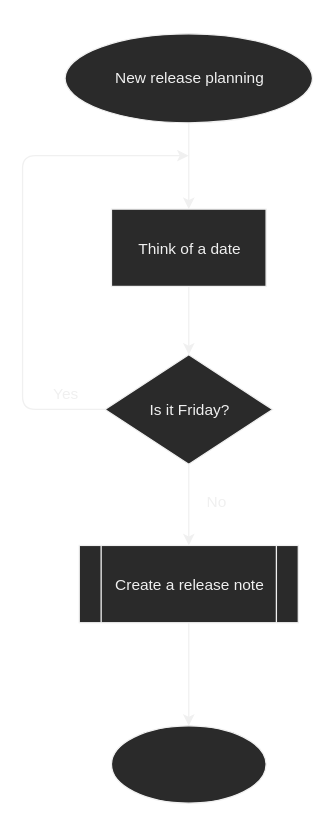
Above: Reference project/Documents/Planning/New release diagram.svg in priest103/kb-obsidian-template (draw.io), before the change. Source tidied: cells renumbered, new cells last; positions are measured from the earlier drawing's top-left corner, leaving out a move shared by most shapes.
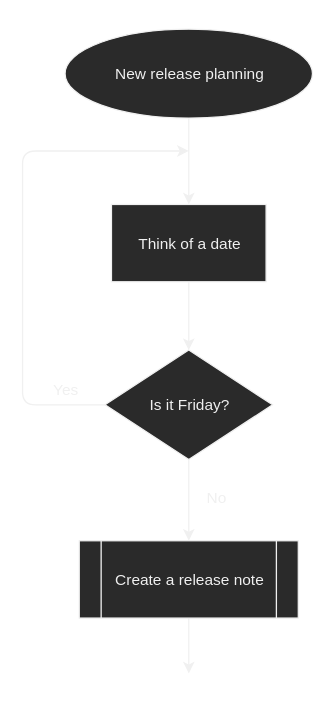
After the change.

Commit message:
vault backup: 2023-05-18 09:37:42

The edit, as a diff of the source:
```diff
@@ -31,8 +31,10 @@
     <mxCell id="9" value="Yes" style="text;html=1;strokeColor=none;fillColor=none;align=center;verticalAlign=middle;whiteSpace=wrap;rounded=0;" parent="1" vertex="1">
       <mxGeometry x="13" y="269" width="40" height="20" as="geometry" />
     </mxCell>
-    <mxCell id="10" style="edgeStyle=elbowEdgeStyle;html=1;" parent="1" edge="1" source="11" target="13">
-      <mxGeometry relative="1" as="geometry" />
+    <mxCell id="10" style="edgeStyle=elbowEdgeStyle;html=1;" parent="1" edge="1" source="11">
+      <mxGeometry relative="1" as="geometry">
+        <mxPoint x="129" y="538" as="targetPoint" />
+      </mxGeometry>
     </mxCell>
     <mxCell id="11" value="Create a release note" style="shape=process;whiteSpace=wrap;html=1;backgroundOutline=1;" parent="1" vertex="1">
       <mxGeometry x="44" y="397" width="170" height="60" as="geometry" />
@@ -40,8 +42,5 @@
     <mxCell id="12" value="No" style="text;html=1;strokeColor=none;fillColor=none;align=center;verticalAlign=middle;whiteSpace=wrap;rounded=0;" parent="1" vertex="1">
       <mxGeometry x="130" y="353" width="40" height="20" as="geometry" />
     </mxCell>
-    <mxCell id="13" style="ellipse;whiteSpace=wrap;html=1;" parent="1" vertex="1">
-      <mxGeometry x="69" y="537" width="120" height="60" as="geometry" />
-    </mxCell>
   </root>
 </mxGraphModel>
```
